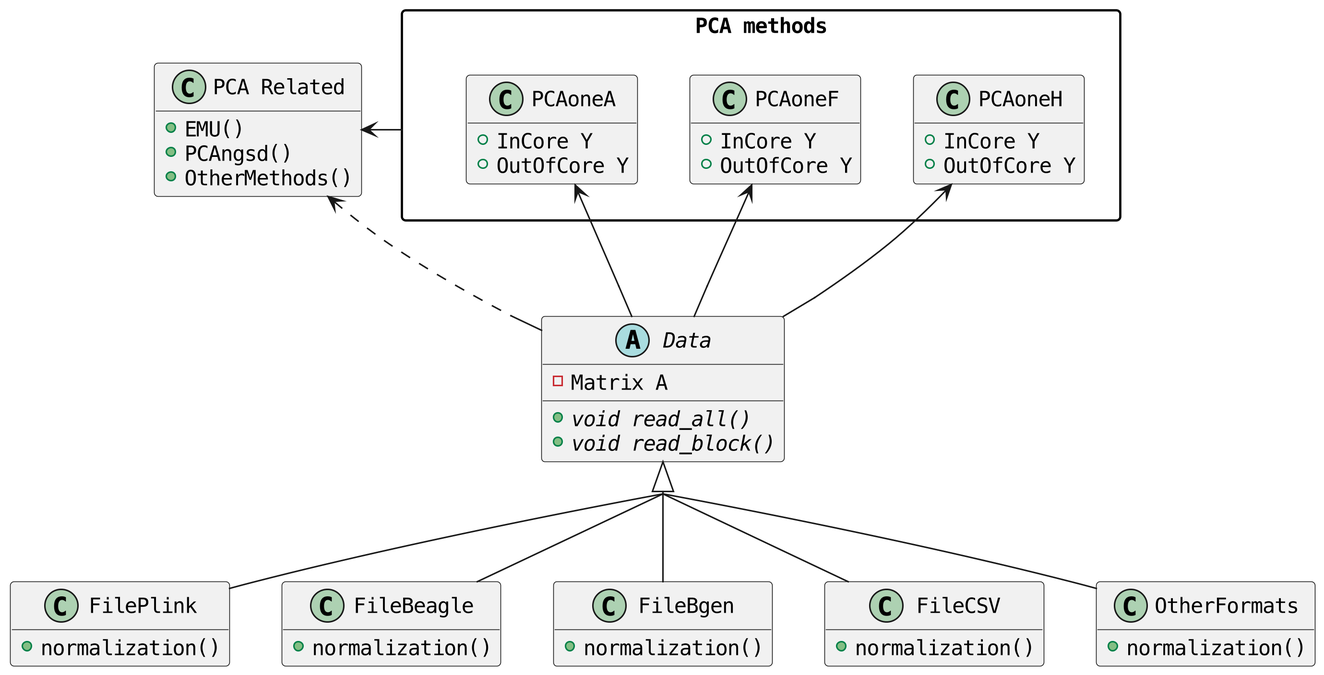
Earlier version of the PlantUML export misc/architecture.png (Zilong-Li/PCAone).
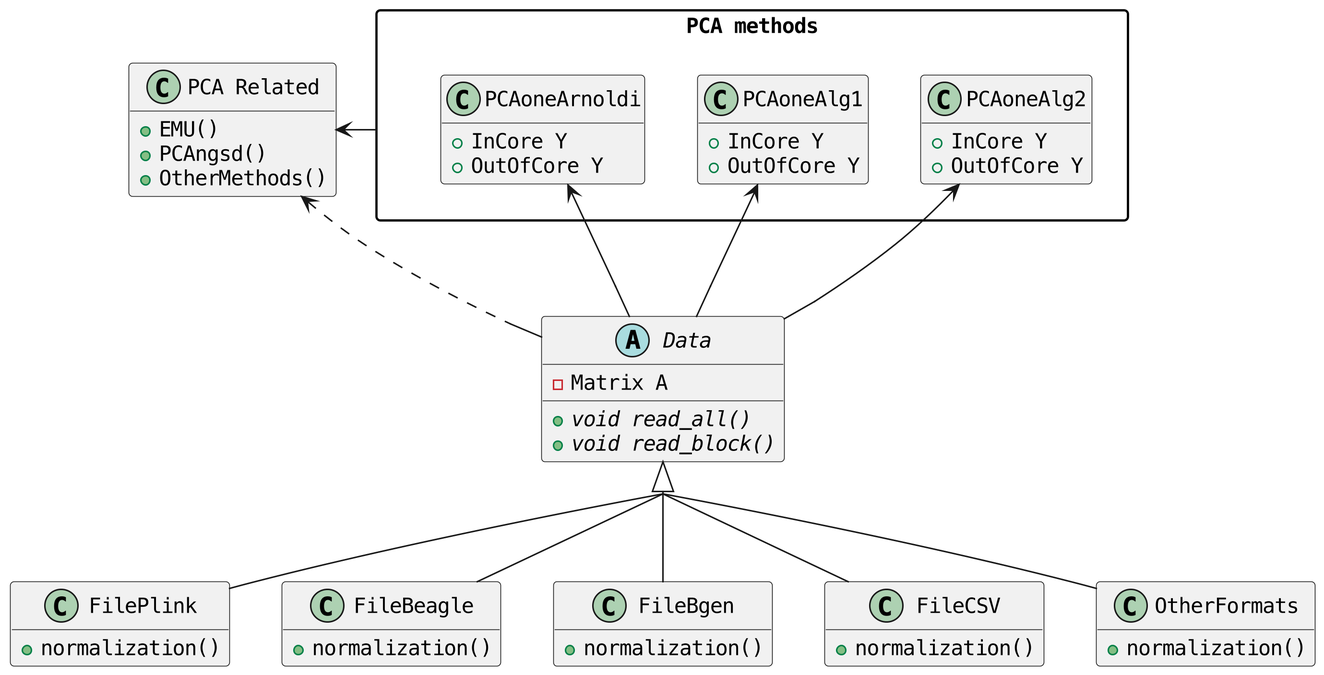
Above is the later version.

The edit, as a diff of the source:
```diff
@@ -31,15 +31,15 @@
   +normalization()
 }
 package "PCA methods" as PCA {
-  class PCAoneH {
+  class PCAoneAlg2 {
     +InCore Y
     +OutOfCore Y
   }
-  class PCAoneF {
+  class PCAoneAlg1 {
     +InCore Y
     +OutOfCore Y
   }
-  class PCAoneA {
+  class PCAoneArnoldi {
     +InCore Y
     +OutOfCore Y
   }
@@ -50,9 +50,9 @@
   +PCAngsd()
   +OtherMethods()
 }
-PCAoneA <-- Data
-PCAoneH <-- Data
-PCAoneF <-- Data
+PCAoneArnoldi <-- Data
+PCAoneAlg1 <-- Data
+PCAoneAlg2 <-- Data
 PCA -left-> PCAem
 Data -left[dashed]-> PCAem
 
```
